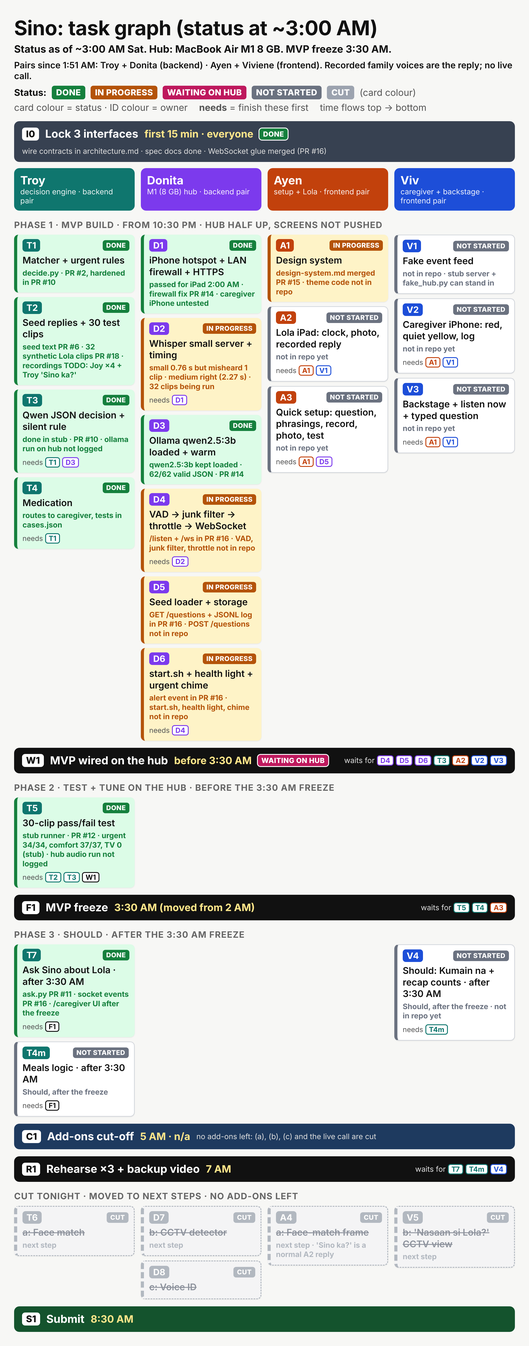
Before: docs/sino/task-graph.png, a diagram exported from Mermaid (Troy-LL/appsolutely). Its source is kept beside it as docs/sino/task-graph.mmd.
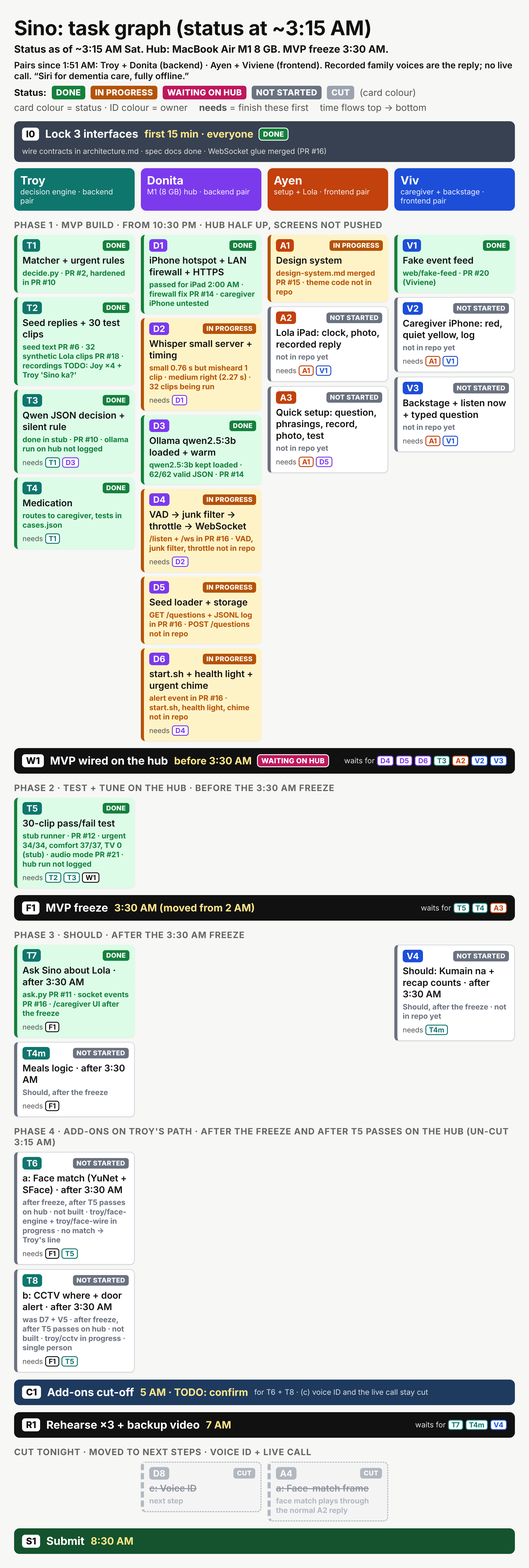
After the commit.

What changed in the source:
```diff
@@ -7,10 +7,11 @@
       T2[T2 Seed replies + 30 test clips<br/>✓ text PR #6 · 32 synthetic Lola clips PR #18<br/>recordings TODO: Joy ×4 + Sino ka?]
       T3[T3 Qwen JSON decision + silent rule<br/>✓ done in stub · PR #10 · ollama run on hub not logged]
       T4[T4 Medication<br/>✓ routes to caregiver, tests in cases.json]
-      T5[T5 30-clip pass/fail test<br/>✓ stub runner · PR #12 · hub audio run not logged]
+      T5[T5 30-clip pass/fail test<br/>✓ stub runner PR #12 · audio mode PR #21 · hub run not logged]
       T7[T7 Ask Sino about Lola · after 3:30 AM<br/>✓ ask.py PR #11 · socket events PR #16 · /caregiver UI left]
       T4m[Meals logic · after 3:30 AM]
-      T6[T6 a: Face match<br/>cut · next step]
+      T6[T6 Face match: YuNet + SFace · after freeze<br/>todo · after T5 passes on hub · troy/face-engine, troy/face-wire]
+      T8[T8 CCTV where + door alert · after freeze<br/>todo · was D7/V5 · after T5 passes on hub · troy/cctv]
     end
     subgraph Donita["Donita · M1 (8 GB) hub"]
       D1[D1 iPhone hotspot + LAN firewall + HTTPS<br/>✓ passed for iPad 2:00 AM · PR #14 · caregiver iPhone untested]
@@ -19,7 +20,6 @@
       D4[D4 VAD → junk filter → throttle → WebSocket<br/>/listen + /ws in PR #16 · VAD, filter, throttle not in repo]
       D5[D5 Seed loader + storage<br/>GET /questions + JSONL log in PR #16 · POST /questions not in repo]
       D6[D6 start.sh + health light + urgent chime<br/>alert event in PR #16 · start.sh + chime not in repo]
-      D7[D7 b: CCTV detector<br/>cut · next step]
       D8[D8 c: Voice ID<br/>cut]
     end
   end
@@ -28,17 +28,16 @@
       A1[A1 Design system<br/>spec merged PR #15 · theme code not in repo]
       A2[A2 Lola iPad: clock, photo, recorded reply<br/>not started in repo]
       A3[A3 Quick setup: question, phrasings, record, photo, test<br/>not started in repo]
-      A4[A4 a: Face-match frame<br/>cut · next step]
+      A4[A4 a: Face-match frame<br/>cut · face match plays via A2]
     end
     subgraph Viv["Viviene · caregiver + backstage"]
-      V1[V1 Fake event feed<br/>not in repo · stub server + fake_hub.py can stand in]
+      V1[V1 Fake event feed<br/>✓ web/fake-feed · PR #20]
       V2[V2 Caregiver iPhone: red, quiet yellow, log<br/>not started in repo]
       V3[V3 Backstage + listen now + typed question<br/>not started in repo]
       V4[V4 Should: Kumain na + recap counts · after 3:30 AM<br/>not started in repo]
-      V5[V5 b: 'Nasaan si Lola?' CCTV view<br/>cut · next step]
     end
   end
-  subgraph Legend["Status as of ~3:00 AM Sat"]
+  subgraph Legend["Status as of ~3:15 AM Sat"]
     L1[Done]
     L2[In progress]
     L3[Waiting on hub]
@@ -58,10 +57,11 @@
   D4 & D5 & D6 & T3 & A2 & V2 & V3 --> W[W1 MVP wired on the hub · before 3:30 AM<br/>server glue PR #16 · mic path + screens missing]
   W --> T5 --> F[F1 MVP freeze · 3:30 AM<br/>moved from 2 AM]
   T4 & A3 --> F
-  F --> T7 & T4m
+  F --> T7 & T4m & T6 & T8
+  T5 --> T6 & T8
   T4m --> V4
   T7 & V4 --> R[R1 Rehearse ×3 + backup video · 7 AM]
-  C[C1 Add-ons cut-off · 5 AM<br/>n/a: no add-ons left]
+  C[C1 Add-ons cut-off · 5 AM<br/>TODO: confirm for T6 + T8]
   F -.-> C
   R --> S[S1 Submit · 8:30 AM]
 
@@ -70,8 +70,8 @@
   classDef hub fill:#fce7f3,stroke:#be185d,stroke-width:2px,color:#111
   classDef todo fill:#ffffff,stroke:#6b7280,color:#111
   classDef cut fill:#f3f4f6,stroke:#9ca3af,stroke-dasharray:5 5,color:#6b7280
-  class I0,T1,T2,T3,T4,T5,T7,D1,D3,L1 done
+  class I0,T1,T2,T3,T4,T5,T7,D1,D3,V1,L1 done
   class D2,D4,D5,D6,A1,L2 doing
   class W,L3 hub
-  class T4m,A2,A3,V1,V2,V3,V4,F,R,S,L4 todo
-  class T6,A4,D7,V5,D8,C,L5 cut
+  class T4m,T6,T8,C,A2,A3,V2,V3,V4,F,R,S,L4 todo
+  class A4,D8,L5 cut
```
